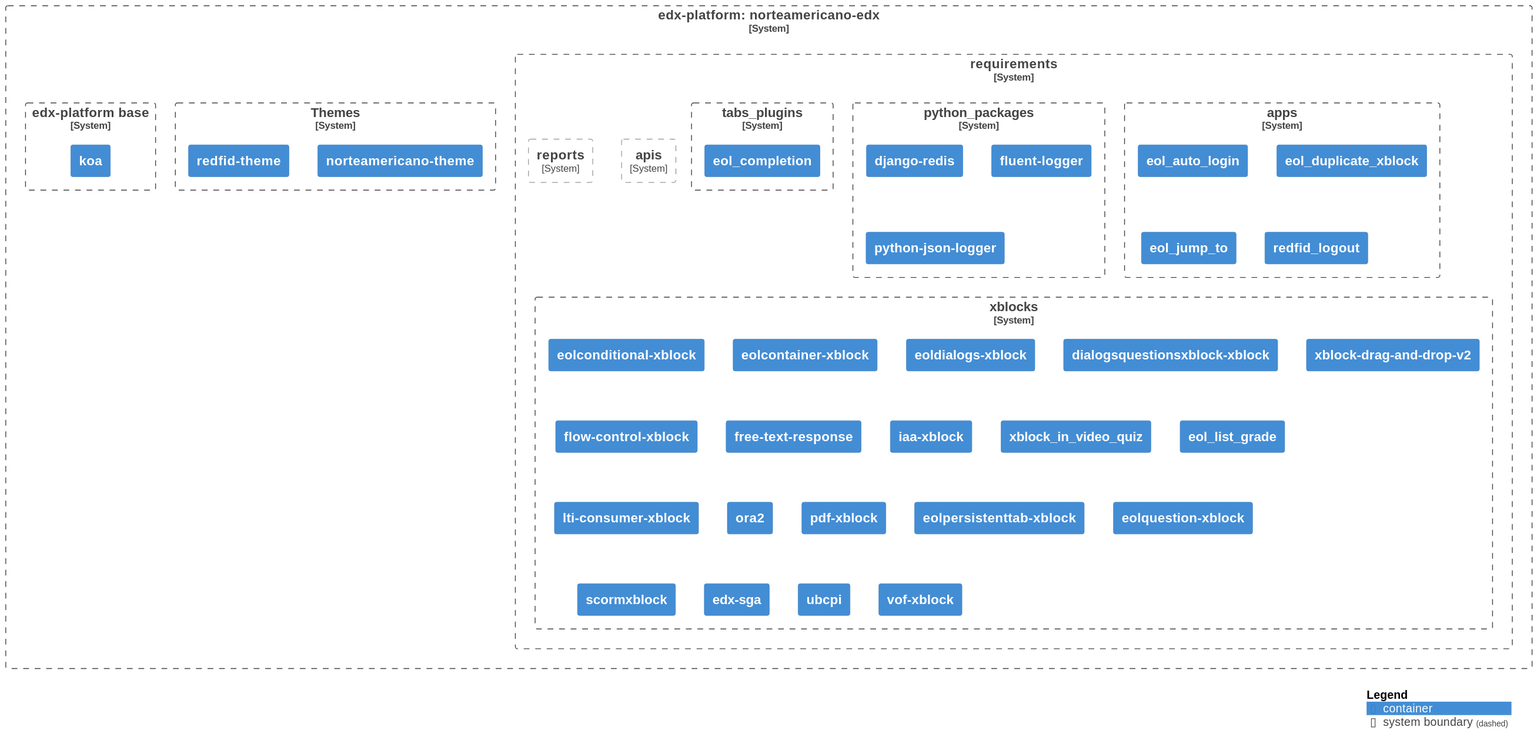
Earlier version of the PlantUML export diagrams/diagram.svg (eol-virtuallabx/norteamericano-edx).
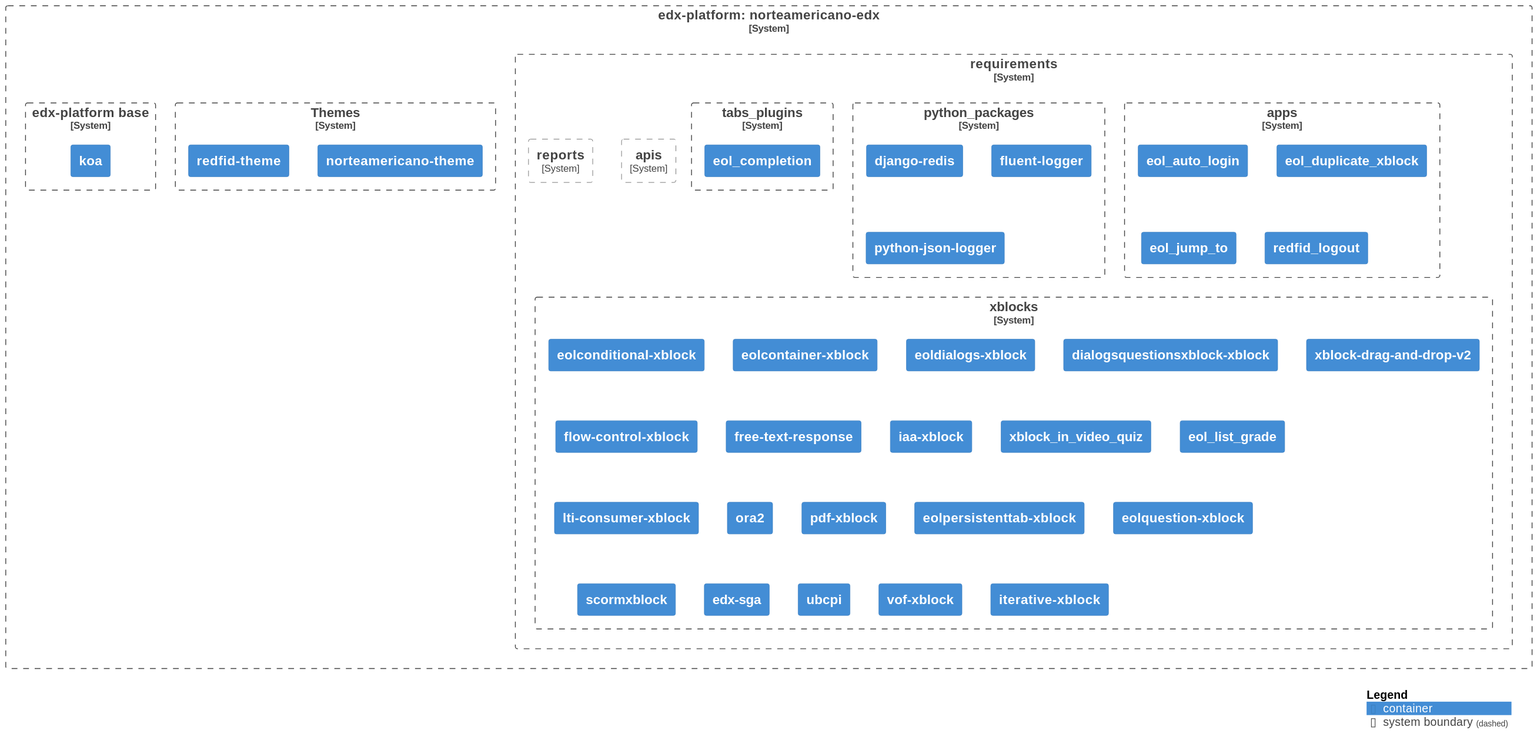
The same file after the commit.

Commit message:
Auto-generate UML diagram

Diff of the diagram source:
```diff
@@ -83,6 +83,8 @@
 
                 Container(xblocks19, "vof-xblock", $link="https://github.com/eol-uchile/eol-vof-xblock.git")
 
+                Container(xblocks20, "iterative-xblock", $link="https://github.com/cmmedu/iterative-xblock.git")
+
             }
 
     }
```
